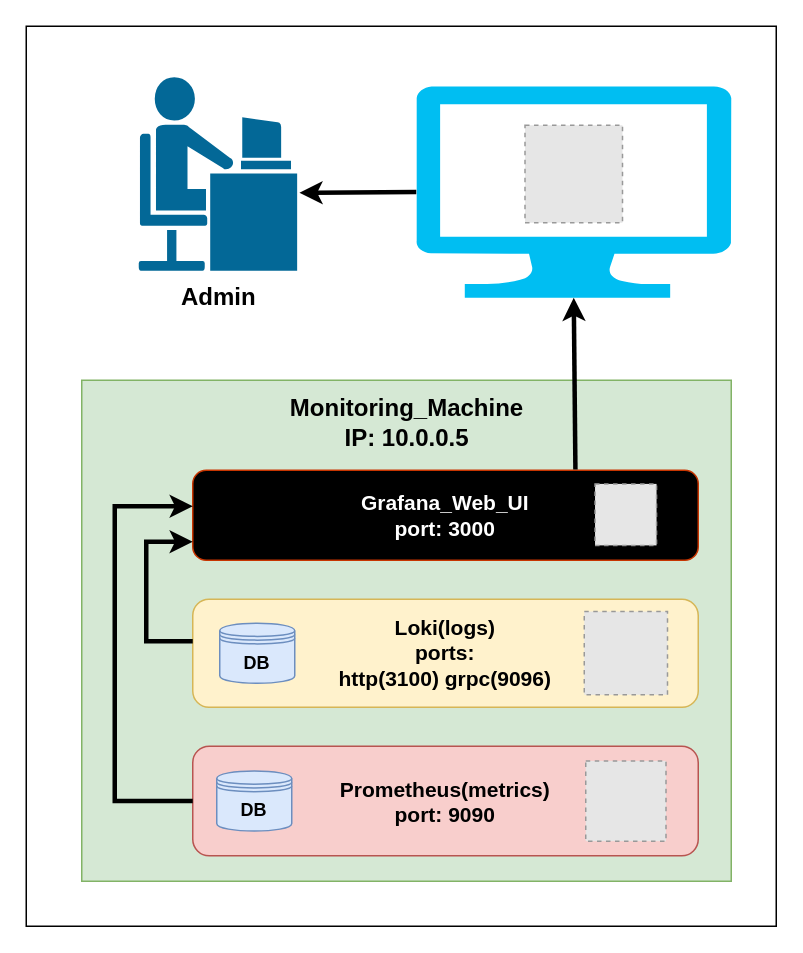
Above: 2-graphical-user-interface/1-grafana/assets/system-architecture-and-how-it-works.drawio in amf95/monitoring (draw.io), before the change. Source tidied: cells renumbered, new cells numbered last; positions are measured from the earlier drawing's top-left corner, leaving out a move shared by most shapes. Both pictures are drawn from the tidied source at 150%, with x=0, y=0 at pixel (26, 26). Pictures stored in the file or linked from it are replaced by grey dashed boxes.
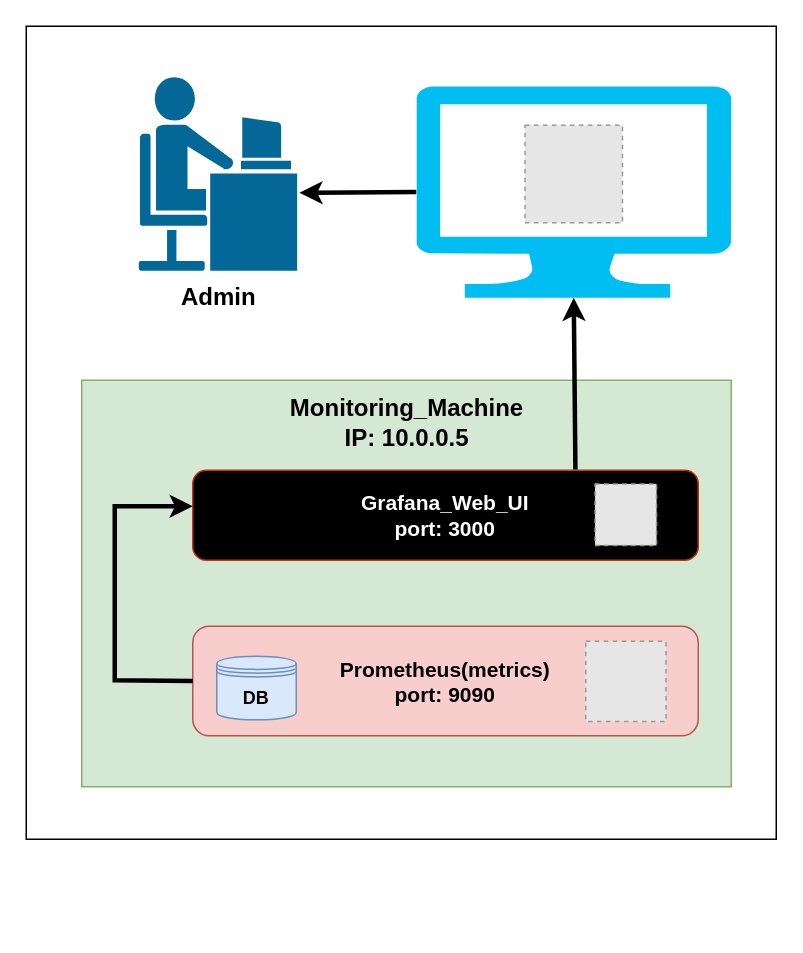
After the change.

The change refers to these unchanged cells:
```xml
<mxCell id="4" value="&lt;b&gt;&lt;font style=&quot;color: rgb(255, 255, 255);&quot;&gt;Grafana_Web_UI&lt;/font&gt;&lt;/b&gt;&lt;div&gt;&lt;b&gt;&lt;font style=&quot;color: rgb(255, 255, 255);&quot;&gt;port: 3000&lt;/font&gt;&lt;/b&gt;&lt;/div&gt;" style="rounded=1;whiteSpace=wrap;html=1;fontSize=14;fillColor=#000000;strokeColor=#C73500;fontColor=#000000;" parent="1" vertex="1">
  <mxGeometry x="111" y="296" width="337" height="60" as="geometry" />
</mxCell>
```

What changed in the source:
```diff
@@
     <mxCell id="2" style="rounded=0;whiteSpace=wrap;html=1;" parent="1" vertex="1">
-      <mxGeometry width="500" height="600" as="geometry" />
+      <mxGeometry width="500" height="542" as="geometry" />
     </mxCell>
     <mxCell id="3" style="rounded=0;whiteSpace=wrap;html=1;fillColor=#d5e8d4;strokeColor=#82b366;" parent="1" vertex="1">
-      <mxGeometry x="37" y="236" width="433" height="334" as="geometry" />
+      <mxGeometry x="37" y="236" width="433" height="271" as="geometry" />
     </mxCell>
@@
     <mxCell id="6" value="&lt;b&gt;Prometheus(metrics)&lt;/b&gt;&lt;div&gt;&lt;b&gt;port:&amp;nbsp;&lt;/b&gt;&lt;span style=&quot;background-color: transparent;&quot;&gt;&lt;b&gt;9090&lt;/b&gt;&lt;/span&gt;&lt;/div&gt;" style="rounded=1;whiteSpace=wrap;html=1;fontSize=14;fillColor=#f8cecc;strokeColor=#b85450;" parent="1" vertex="1">
-      <mxGeometry x="111" y="480" width="337" height="73" as="geometry" />
+      <mxGeometry x="111" y="400" width="337" height="73" as="geometry" />
     </mxCell>
-    <mxCell id="7" value="&lt;b&gt;Loki(logs)&lt;/b&gt;&lt;div&gt;&lt;b&gt;ports:&lt;br&gt;&lt;/b&gt;&lt;div&gt;&lt;span style=&quot;background-color: transparent; color: light-dark(rgb(0, 0, 0), rgb(255, 255, 255));&quot;&gt;&lt;b&gt;http(3100)&amp;nbsp;&lt;/b&gt;&lt;/span&gt;&lt;b style=&quot;background-color: transparent; color: light-dark(rgb(0, 0, 0), rgb(255, 255, 255));&quot;&gt;grpc(9096)&lt;/b&gt;&lt;br&gt;&lt;/div&gt;&lt;/div&gt;" style="rounded=1;whiteSpace=wrap;html=1;fontSize=14;fillColor=#fff2cc;strokeColor=#d6b656;" parent="1" vertex="1">
-      <mxGeometry x="111" y="382" width="337" height="72" as="geometry" />
-    </mxCell>
-    <mxCell id="8" value="&lt;b&gt;DB&lt;/b&gt;" style="shape=datastore;whiteSpace=wrap;html=1;fillColor=#dae8fc;strokeColor=#6c8ebf;" parent="1" vertex="1">
-      <mxGeometry x="129" y="398" width="50" height="40" as="geometry" />
-    </mxCell>
     <mxCell id="9" value="&lt;b&gt;DB&lt;/b&gt;" style="shape=datastore;whiteSpace=wrap;html=1;fillColor=#dae8fc;strokeColor=#6c8ebf;" parent="1" vertex="1">
-      <mxGeometry x="127" y="496.5" width="50" height="40" as="geometry" />
+      <mxGeometry x="127" y="420" width="53" height="42.4" as="geometry" />
     </mxCell>
     <mxCell id="10" style="edgeStyle=orthogonalEdgeStyle;rounded=0;jettySize=auto;html=1;exitX=0;exitY=0.5;exitDx=0;exitDy=0;strokeWidth=3;" parent="1" edge="1" source="6">
       <mxGeometry relative="1" as="geometry">
         <mxPoint x="111" y="320" as="targetPoint" />
         <Array as="points">
-          <mxPoint x="59" y="517" />
+          <mxPoint x="110" y="437" />
+          <mxPoint x="59" y="436" />
           <mxPoint x="59" y="320" />
-          <mxPoint x="111" y="320" />
         </Array>
       </mxGeometry>
     </mxCell>
-    <mxCell id="11" style="edgeStyle=orthogonalEdgeStyle;rounded=0;jettySize=auto;html=1;entryX=0;entryY=0.794;entryDx=0;entryDy=0;entryPerimeter=0;strokeWidth=3;" parent="1" edge="1" target="4">
-      <mxGeometry relative="1" as="geometry">
-        <mxPoint x="110" y="410" as="sourcePoint" />
-        <Array as="points">
-          <mxPoint x="111" y="410" />
-          <mxPoint x="80" y="410" />
-          <mxPoint x="80" y="344" />
-        </Array>
-      </mxGeometry>
-    </mxCell>
-    <mxCell id="12" style="fillColor=#E6E6E6;strokeColor=#999999;dashed=1;verticalLabelPosition=bottom;labelBackgroundColor=default;verticalAlign=top;" parent="1" vertex="1">
-      <mxGeometry x="372" y="390.2" width="55.5" height="55.5" as="geometry" />
-    </mxCell>
     <mxCell id="13" style="fillColor=#E6E6E6;strokeColor=#999999;dashed=1;verticalLabelPosition=bottom;labelBackgroundColor=default;verticalAlign=top;" parent="1" vertex="1">
-      <mxGeometry x="373" y="489.8" width="53.5" height="53.5" as="geometry" />
+      <mxGeometry x="373" y="410" width="53.5" height="53.5" as="geometry" />
     </mxCell>
```
